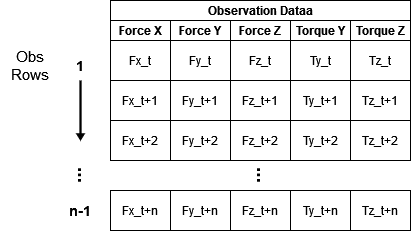
Above: obs_matrix.drawio.png in TONiiV/flowcharts (draw.io), before the change. Source tidied: cells renumbered, new cells last; positions are measured from the earlier drawing's top-left corner, leaving out a move shared by most shapes. The source it was exported from:
```xml
<mxGraphModel>
  <root>
    <mxCell id="0" />
    <mxCell id="1" parent="0" />
    <mxCell id="2" value="Observation Dataa" style="swimlane;startSize=20;" parent="1" vertex="1">
      <mxGeometry x="110" width="300" height="160" as="geometry" />
    </mxCell>
    <mxCell id="3" value="Force X" style="swimlane;startSize=20;" parent="2" vertex="1">
      <mxGeometry y="20" width="60" height="140" as="geometry" />
    </mxCell>
    <mxCell id="4" value="Fx_t" style="rounded=0;whiteSpace=wrap;html=1;" parent="3" vertex="1">
      <mxGeometry y="20" width="60" height="40" as="geometry" />
    </mxCell>
    <mxCell id="5" value="Fx_t+1" style="rounded=0;whiteSpace=wrap;html=1;" parent="3" vertex="1">
      <mxGeometry y="60" width="60" height="40" as="geometry" />
    </mxCell>
    <mxCell id="6" value="Fx_t+2" style="rounded=0;whiteSpace=wrap;html=1;" parent="3" vertex="1">
      <mxGeometry y="100" width="60" height="40" as="geometry" />
    </mxCell>
    <mxCell id="7" value="Force Y" style="swimlane;startSize=20;" parent="2" vertex="1">
      <mxGeometry x="60" y="20" width="60" height="140" as="geometry" />
    </mxCell>
    <mxCell id="8" value="Fy_t" style="rounded=0;whiteSpace=wrap;html=1;" parent="7" vertex="1">
      <mxGeometry y="20" width="60" height="40" as="geometry" />
    </mxCell>
    <mxCell id="9" value="Fy_t+1" style="rounded=0;whiteSpace=wrap;html=1;" parent="7" vertex="1">
      <mxGeometry y="60" width="60" height="40" as="geometry" />
    </mxCell>
    <mxCell id="10" value="Fy_t+2" style="rounded=0;whiteSpace=wrap;html=1;" parent="7" vertex="1">
      <mxGeometry y="100" width="60" height="40" as="geometry" />
    </mxCell>
    <mxCell id="11" value="Force Z" style="swimlane;startSize=20;" parent="2" vertex="1">
      <mxGeometry x="120" y="20" width="60" height="140" as="geometry" />
    </mxCell>
    <mxCell id="12" value="Fz_t" style="rounded=0;whiteSpace=wrap;html=1;" parent="11" vertex="1">
      <mxGeometry y="20" width="60" height="40" as="geometry" />
    </mxCell>
    <mxCell id="13" value="Fz_t+1" style="rounded=0;whiteSpace=wrap;html=1;" parent="11" vertex="1">
      <mxGeometry y="60" width="60" height="40" as="geometry" />
    </mxCell>
    <mxCell id="14" value="Fz_t+2" style="rounded=0;whiteSpace=wrap;html=1;" parent="11" vertex="1">
      <mxGeometry y="100" width="60" height="40" as="geometry" />
    </mxCell>
    <mxCell id="15" value="Torque Y" style="swimlane;startSize=20;" parent="2" vertex="1">
      <mxGeometry x="180" y="20" width="60" height="140" as="geometry" />
    </mxCell>
    <mxCell id="16" value="Ty_t" style="rounded=0;whiteSpace=wrap;html=1;" parent="15" vertex="1">
      <mxGeometry y="20" width="60" height="40" as="geometry" />
    </mxCell>
    <mxCell id="17" value="Ty_t+1" style="rounded=0;whiteSpace=wrap;html=1;" parent="15" vertex="1">
      <mxGeometry y="60" width="60" height="40" as="geometry" />
    </mxCell>
    <mxCell id="18" value="Ty_t+2" style="rounded=0;whiteSpace=wrap;html=1;" parent="15" vertex="1">
      <mxGeometry y="100" width="60" height="40" as="geometry" />
    </mxCell>
    <mxCell id="19" value="Torque Z" style="swimlane;startSize=20;" parent="2" vertex="1">
      <mxGeometry x="240" y="20" width="60" height="140" as="geometry" />
    </mxCell>
    <mxCell id="20" value="Tz_t" style="rounded=0;whiteSpace=wrap;html=1;" parent="19" vertex="1">
      <mxGeometry y="20" width="60" height="40" as="geometry" />
    </mxCell>
    <mxCell id="21" value="Tz_t+1" style="rounded=0;whiteSpace=wrap;html=1;" parent="19" vertex="1">
      <mxGeometry y="60" width="60" height="40" as="geometry" />
    </mxCell>
    <mxCell id="22" value="Tz_t+2" style="rounded=0;whiteSpace=wrap;html=1;" parent="19" vertex="1">
      <mxGeometry y="100" width="60" height="40" as="geometry" />
    </mxCell>
    <mxCell id="23" value="&lt;div align=&quot;center&quot;&gt;&lt;font style=&quot;font-size: 15px&quot;&gt;Obs Rows&lt;/font&gt;&lt;/div&gt;" style="text;html=1;strokeColor=none;fillColor=none;align=center;verticalAlign=middle;whiteSpace=wrap;rounded=0;fontSize=14;fontFamily=Helvetica;" parent="1" vertex="1">
      <mxGeometry y="50" width="60" height="30" as="geometry" />
    </mxCell>
    <mxCell id="24" value="Fx_t+n" style="rounded=0;whiteSpace=wrap;html=1;" parent="1" vertex="1">
      <mxGeometry x="110" y="190" width="60" height="40" as="geometry" />
    </mxCell>
    <mxCell id="25" value="Fy_t+n" style="rounded=0;whiteSpace=wrap;html=1;" parent="1" vertex="1">
      <mxGeometry x="170" y="190" width="60" height="40" as="geometry" />
    </mxCell>
    <mxCell id="26" value="Fz_t+n" style="rounded=0;whiteSpace=wrap;html=1;" parent="1" vertex="1">
      <mxGeometry x="230" y="190" width="60" height="40" as="geometry" />
    </mxCell>
    <mxCell id="27" value="Ty_t+n" style="rounded=0;whiteSpace=wrap;html=1;" parent="1" vertex="1">
      <mxGeometry x="290" y="190" width="60" height="40" as="geometry" />
    </mxCell>
    <mxCell id="28" value="Tz_t+n" style="rounded=0;whiteSpace=wrap;html=1;" parent="1" vertex="1">
      <mxGeometry x="350" y="190" width="60" height="40" as="geometry" />
    </mxCell>
    <mxCell id="29" style="shape=flexArrow;endArrow=classic;html=1;rounded=0;fontSize=14;fillColor=#000000;width=1.2;endSize=1.732;endWidth=5.5200000000000005;exitX=0.5;exitY=1;exitDx=0;exitDy=0;" parent="1" edge="1" source="30">
      <mxGeometry relative="1" as="geometry">
        <mxPoint x="80" y="140" as="targetPoint" />
      </mxGeometry>
    </mxCell>
    <mxCell id="30" value="&lt;div align=&quot;center&quot;&gt;&lt;b&gt;1&lt;/b&gt;&lt;/div&gt;" style="text;html=1;strokeColor=none;fillColor=none;align=center;verticalAlign=middle;whiteSpace=wrap;rounded=0;fontSize=14;fontFamily=Helvetica;" parent="1" vertex="1">
      <mxGeometry x="50" y="50" width="60" height="30" as="geometry" />
    </mxCell>
    <mxCell id="31" value="&lt;b&gt;n-1&lt;/b&gt;" style="text;html=1;strokeColor=none;fillColor=none;align=center;verticalAlign=middle;whiteSpace=wrap;rounded=0;fontSize=14;fontFamily=Helvetica;" parent="1" vertex="1">
      <mxGeometry x="50" y="195" width="60" height="30" as="geometry" />
    </mxCell>
    <mxCell id="32" value="&lt;div style=&quot;font-size: 19px&quot; align=&quot;center&quot;&gt;&lt;b&gt;...&lt;/b&gt;&lt;/div&gt;" style="text;html=1;strokeColor=none;fillColor=none;align=center;verticalAlign=middle;whiteSpace=wrap;rounded=0;fontSize=14;fontFamily=Helvetica;rotation=90;" parent="1" vertex="1">
      <mxGeometry x="56" y="160" width="60" height="30" as="geometry" />
    </mxCell>
    <mxCell id="33" value="&lt;div style=&quot;font-size: 19px&quot; align=&quot;center&quot;&gt;&lt;b&gt;...&lt;/b&gt;&lt;/div&gt;" style="text;html=1;strokeColor=none;fillColor=none;align=center;verticalAlign=middle;whiteSpace=wrap;rounded=0;fontSize=14;fontFamily=Helvetica;rotation=90;" parent="1" vertex="1">
      <mxGeometry x="235" y="160" width="60" height="30" as="geometry" />
    </mxCell>
  </root>
</mxGraphModel>
```
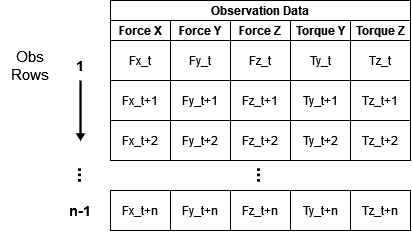
After the change.

The edit, as a diff of the source:
```diff
@@ -2,7 +2,7 @@
   <root>
     <mxCell id="0" />
     <mxCell id="1" parent="0" />
-    <mxCell id="2" value="Observation Dataa" style="swimlane;startSize=20;" parent="1" vertex="1">
+    <mxCell id="2" value="Observation Data" style="swimlane;startSize=20;" parent="1" vertex="1">
       <mxGeometry x="110" width="300" height="160" as="geometry" />
     </mxCell>
     <mxCell id="3" value="Force X" style="swimlane;startSize=20;" parent="2" vertex="1">
```
